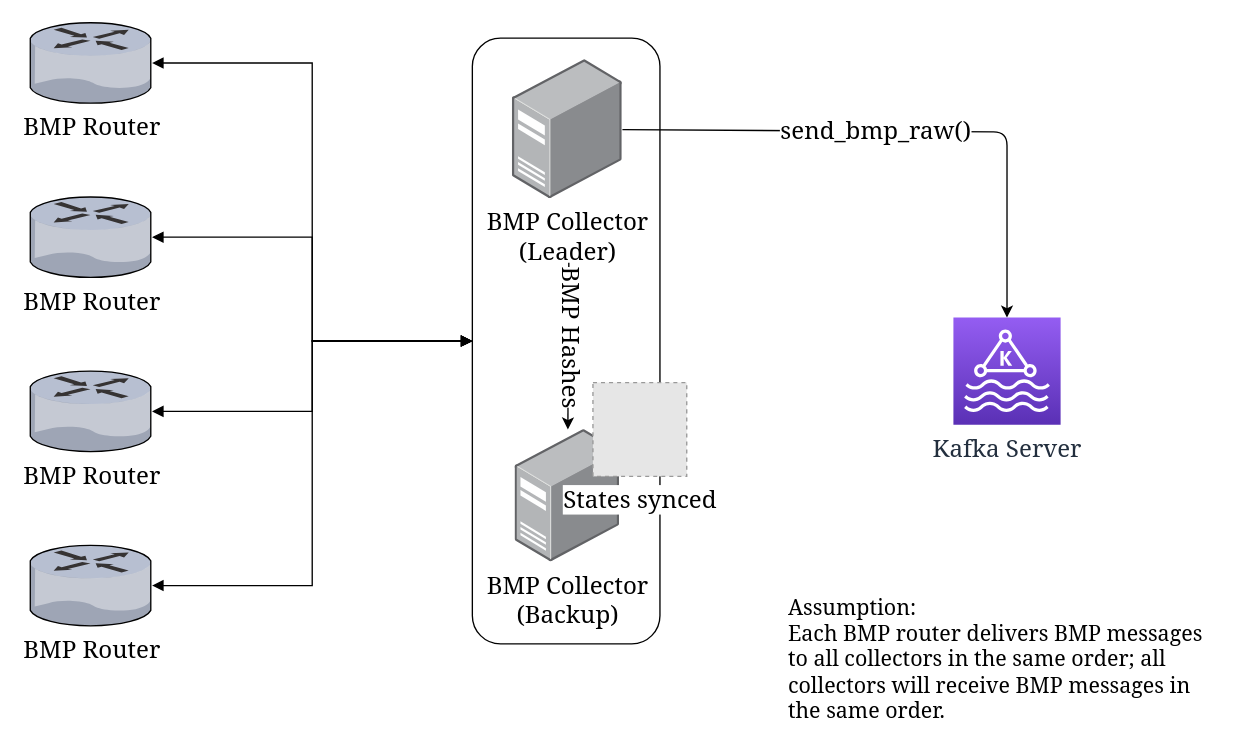
Earlier version of the draw.io diagram page "sync-states-opt-1" (7 of 14) of arch/openbmp_v2_arch.drawio (SNAS/openbmp). Source tidied: cells renumbered, new cells numbered last; positions are measured from the earlier drawing's top-left corner, leaving out a move shared by most shapes. Both pictures are drawn from the tidied source at 134%, with x=0, y=0 at pixel (29, 21). Pictures stored in the file or linked from it are replaced by grey dashed boxes.
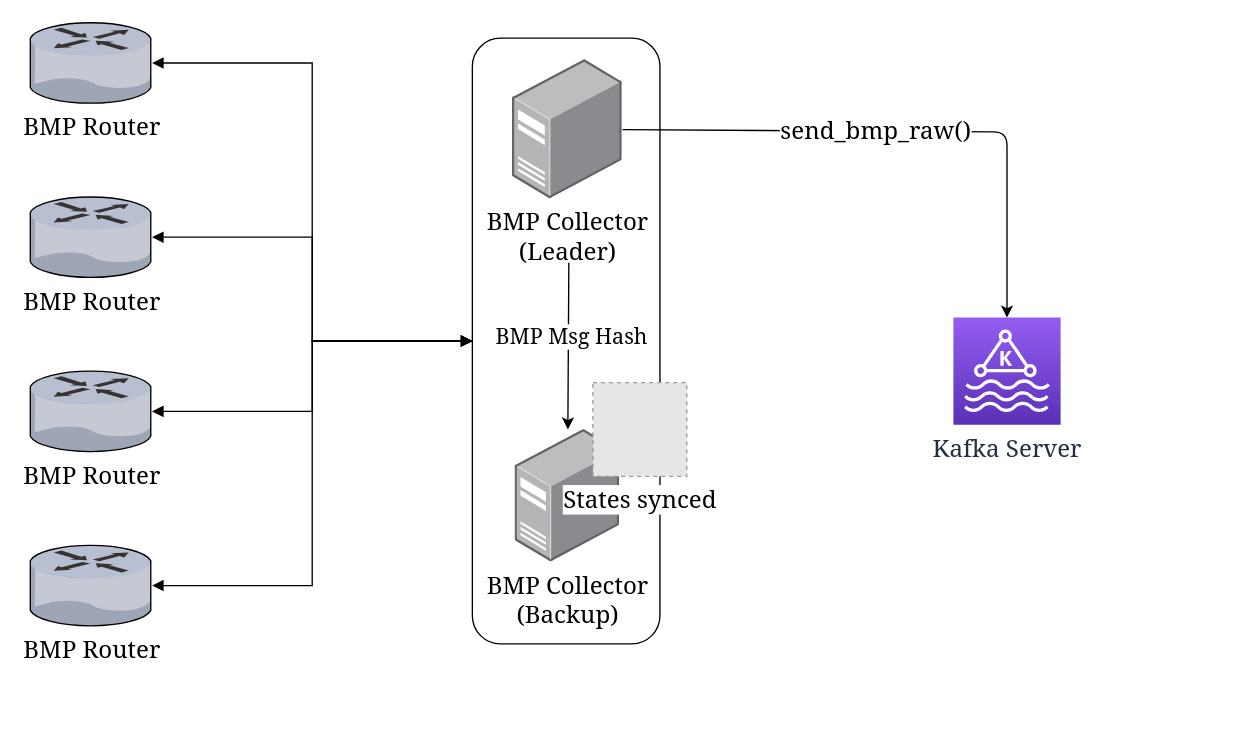
The same page after the edit.

Unchanged cells that the change refers to:
```xml
<mxCell id="14" style="endArrow=none;html=1;fontFamily=Georgia;fontSize=18;startArrow=classic;startFill=1;endFill=0;" parent="1" edge="1" source="13">
  <mxGeometry relative="1" as="geometry">
    <mxPoint x="402" y="179.5" as="targetPoint" />
  </mxGeometry>
</mxCell>
```

Change to the diagram source:
```diff
@@
-    <mxCell id="15" value="BMP Hashes" style="text;html=1;align=center;verticalAlign=middle;labelBackgroundColor=#ffffff;fontFamily=Georgia;fontSize=18;rotation=90;" parent="14" vertex="1">
+    <mxCell id="15" value="BMP Msg Hash" style="text;html=1;align=center;verticalAlign=middle;labelBackgroundColor=#ffffff;fontFamily=Georgia;fontSize=16;rotation=0;" parent="14" vertex="1">
       <mxGeometry x="0.3" y="1" relative="1" as="geometry">
-        <mxPoint x="4" y="12" as="offset" />
+        <mxPoint x="3" y="12" as="offset" />
       </mxGeometry>
     </mxCell>
@@
-    <mxCell id="19" value="Assumption:&lt;br style=&quot;font-size: 16px&quot;&gt;Each BMP router delivers BMP messages to all collectors in the same order; all collectors will receive BMP messages in the same order.&amp;nbsp;" style="text;html=1;strokeColor=none;fillColor=none;align=left;verticalAlign=top;whiteSpace=wrap;rounded=0;fontFamily=Georgia;fontSize=16;" parent="1" vertex="1">
-      <mxGeometry x="564" y="420.5" width="330" height="106" as="geometry" />
-    </mxCell>
```
